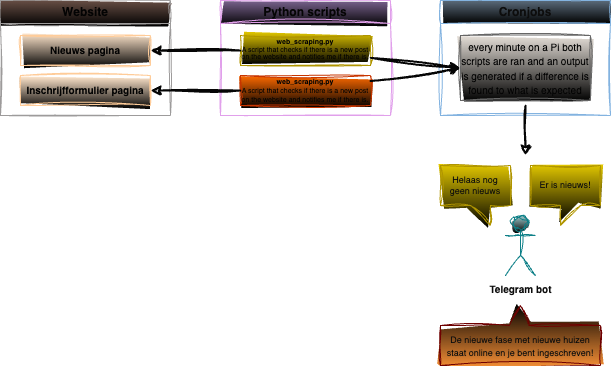
Earlier version of the draw.io export img/setup.png (Nelleke20/service.housescraper). Source tidied: cells renumbered, new cells last; positions are measured from the earlier drawing's top-left corner, leaving out a move shared by most shapes. Source of this version:
```xml
<mxGraphModel background="#ffffff">
  <root>
    <mxCell id="0" />
    <mxCell id="1" parent="0" />
    <mxCell id="2" value="&lt;font size=&quot;1&quot; style=&quot;&quot; color=&quot;#0d0d0d&quot;&gt;&lt;b style=&quot;&quot;&gt;Telegram bot&lt;/b&gt;&lt;/font&gt;" style="shape=umlActor;verticalLabelPosition=bottom;verticalAlign=top;html=1;fillColor=#b0e3e6;strokeColor=#0e8088;sketch=1;curveFitting=1;jiggle=2;gradientColor=default;" parent="1" vertex="1">
      <mxGeometry x="505" y="215" width="30" height="60" as="geometry" />
    </mxCell>
    <mxCell id="3" value="Website" style="swimlane;whiteSpace=wrap;html=1;fontColor=#030303;fillColor=#6B5147;strokeColor=#9d9b9b;sketch=1;curveFitting=1;jiggle=2;gradientColor=default;" parent="1" vertex="1">
      <mxGeometry width="170" height="115" as="geometry" />
    </mxCell>
    <mxCell id="4" value="&lt;font style=&quot;font-size: 10px;&quot; color=&quot;#030303&quot;&gt;Nieuws pagina&lt;/font&gt;" style="rounded=0;whiteSpace=wrap;html=1;fillColor=#FFE6CC;fontStyle=1;sketch=1;curveFitting=1;jiggle=2;gradientColor=default;strokeColor=#FFCC99;" parent="3" vertex="1">
      <mxGeometry x="20" y="35" width="130" height="30" as="geometry" />
    </mxCell>
    <mxCell id="5" value="&lt;font color=&quot;#030303&quot; style=&quot;font-size: 10px;&quot;&gt;Inschrijfformulier pagina&lt;/font&gt;" style="rounded=0;whiteSpace=wrap;html=1;fillColor=#FFE6CC;fontSize=12;fontStyle=1;sketch=1;curveFitting=1;jiggle=2;gradientColor=default;strokeColor=#FFCC99;" parent="3" vertex="1">
      <mxGeometry x="20" y="75" width="130" height="30" as="geometry" />
    </mxCell>
    <mxCell id="6" value="&lt;font color=&quot;#050505&quot;&gt;Python scripts&lt;/font&gt;" style="swimlane;whiteSpace=wrap;html=1;fontColor=#ffffff;fillColor=#76608a;strokeColor=#E1A0EB;sketch=1;curveFitting=1;jiggle=2;gradientColor=default;rounded=0;" parent="1" vertex="1">
      <mxGeometry x="220" width="170" height="115" as="geometry" />
    </mxCell>
    <mxCell id="7" value="&lt;p style=&quot;line-height: 110%; font-size: 7px;&quot;&gt;&lt;font style=&quot;font-size: 7px;&quot; color=&quot;#030303&quot;&gt;&lt;b style=&quot;font-size: 7px;&quot;&gt;web_scraping.py &lt;br style=&quot;font-size: 7px;&quot;&gt;&lt;/b&gt;A script that checks if there is a new post on the website and notifies me if there is.&lt;/font&gt;&lt;/p&gt;" style="rounded=0;whiteSpace=wrap;html=1;fillColor=#e3c800;fontColor=#000000;strokeColor=#B09500;align=center;fontSize=7;spacing=2;sketch=1;curveFitting=1;jiggle=2;gradientColor=default;" parent="6" vertex="1">
      <mxGeometry x="20" y="35" width="130" height="30" as="geometry" />
    </mxCell>
    <mxCell id="8" value="&lt;p style=&quot;line-height: 56%;&quot;&gt;&lt;font style=&quot;font-size: 7px;&quot;&gt;&lt;b style=&quot;color: rgb(3, 3, 3);&quot;&gt;web_scraping.py&lt;br&gt;&lt;/b&gt;&lt;span style=&quot;color: rgb(3, 3, 3);&quot;&gt;A script that checks if there is a new post on the website and notifies me if there is.&lt;/span&gt;&lt;/font&gt;&lt;br&gt;&lt;/p&gt;" style="rounded=0;whiteSpace=wrap;html=1;fillColor=#fa6800;fontColor=#000000;strokeColor=#C73500;sketch=1;curveFitting=1;jiggle=2;gradientColor=default;" parent="6" vertex="1">
      <mxGeometry x="20" y="75" width="130" height="30" as="geometry" />
    </mxCell>
    <mxCell id="9" value="&lt;font color=&quot;#0d0d0d&quot;&gt;Cronjobs&lt;/font&gt;" style="swimlane;whiteSpace=wrap;html=1;fontColor=#ffffff;fillColor=#647687;strokeColor=#83B3E0;sketch=1;curveFitting=1;jiggle=2;gradientColor=default;" parent="1" vertex="1">
      <mxGeometry x="440" width="170" height="115" as="geometry" />
    </mxCell>
    <mxCell id="10" value="&lt;font size=&quot;1&quot; color=&quot;#030303&quot;&gt;&lt;span style=&quot;&quot;&gt;every minute on a Pi both scripts are ran and an output is generated if a difference is found to what is expected&lt;/span&gt;&lt;/font&gt;" style="rounded=0;whiteSpace=wrap;html=1;fillColor=#E3DDD6;strokeColor=#666666;fontStyle=0;sketch=1;curveFitting=1;jiggle=2;gradientColor=default;" parent="9" vertex="1">
      <mxGeometry x="20" y="35" width="130" height="65" as="geometry" />
    </mxCell>
    <mxCell id="11" style="edgeStyle=none;html=1;entryX=1;entryY=0.5;entryDx=0;entryDy=0;strokeColor=#050505;strokeWidth=2;fontSize=10;fontColor=#5498F0;fillColor=#6d8764;sketch=1;curveFitting=1;jiggle=2;" parent="1" edge="1" source="7" target="4">
      <mxGeometry relative="1" as="geometry" />
    </mxCell>
    <mxCell id="12" style="edgeStyle=none;html=1;entryX=1;entryY=0.5;entryDx=0;entryDy=0;strokeColor=#050505;strokeWidth=2;fontSize=10;fontColor=#5498F0;fillColor=#6d8764;sketch=1;curveFitting=1;jiggle=2;" parent="1" edge="1" source="8" target="5">
      <mxGeometry relative="1" as="geometry" />
    </mxCell>
    <mxCell id="13" style="edgeStyle=none;html=1;strokeColor=#050505;strokeWidth=2;fontSize=10;fontColor=#5498F0;fillColor=#6d8764;sketch=1;curveFitting=1;jiggle=2;" parent="1" edge="1">
      <mxGeometry relative="1" as="geometry">
        <mxPoint x="525" y="105" as="sourcePoint" />
        <mxPoint x="525" y="155" as="targetPoint" />
      </mxGeometry>
    </mxCell>
    <mxCell id="14" value="&lt;font color=&quot;#0c0d0d&quot; style=&quot;font-size: 9px;&quot;&gt;Helaas nog geen nieuws&lt;/font&gt;" style="shape=callout;whiteSpace=wrap;html=1;perimeter=calloutPerimeter;fontSize=9;fontColor=#000000;fillColor=#e3c800;position2=0.71;size=20;position=0.43;strokeColor=#B09500;sketch=1;curveFitting=1;jiggle=2;gradientColor=default;" parent="1" vertex="1">
      <mxGeometry x="440" y="165" width="70" height="60" as="geometry" />
    </mxCell>
    <mxCell id="15" value="&lt;font color=&quot;#0c0d0d&quot; style=&quot;font-size: 9px;&quot;&gt;Er is nieuws!&lt;/font&gt;" style="shape=callout;whiteSpace=wrap;html=1;perimeter=calloutPerimeter;fontSize=9;fontColor=#000000;fillColor=#e3c800;position2=0.43;size=20;position=0.43;strokeColor=#B09500;sketch=1;curveFitting=1;jiggle=2;gradientColor=default;" parent="1" vertex="1">
      <mxGeometry x="530" y="165" width="70" height="60" as="geometry" />
    </mxCell>
    <mxCell id="16" style="edgeStyle=none;html=1;strokeColor=#050505;strokeWidth=2;fontSize=10;fontColor=#0c0d0d;fillColor=#6d8764;entryX=0;entryY=0.5;entryDx=0;entryDy=0;sketch=1;curveFitting=1;jiggle=2;" parent="1" edge="1" source="7" target="10">
      <mxGeometry relative="1" as="geometry" />
    </mxCell>
    <mxCell id="17" style="edgeStyle=none;shape=connector;rounded=1;html=1;entryX=0;entryY=0.5;entryDx=0;entryDy=0;labelBackgroundColor=default;strokeColor=#050505;strokeWidth=2;fontFamily=Helvetica;fontSize=10;fontColor=#0c0d0d;endArrow=classic;fillColor=#6d8764;sketch=1;curveFitting=1;jiggle=2;" parent="1" edge="1" source="8" target="10">
      <mxGeometry relative="1" as="geometry" />
    </mxCell>
    <mxCell id="18" value="&lt;font style=&quot;font-size: 9px;&quot; color=&quot;#0c0d0d&quot;&gt;De nieuwe fase met nieuwe huizen staat online en je bent ingeschreven!&lt;/font&gt;" style="shape=callout;whiteSpace=wrap;html=1;perimeter=calloutPerimeter;fontSize=10;fontColor=#ffffff;fillColor=#FA9237;position2=0.5;size=20;position=0.43;strokeColor=#6F0000;direction=west;flipH=1;sketch=1;curveFitting=1;jiggle=2;gradientColor=default;" parent="1" vertex="1">
      <mxGeometry x="440" y="305" width="160" height="60" as="geometry" />
    </mxCell>
  </root>
</mxGraphModel>
```
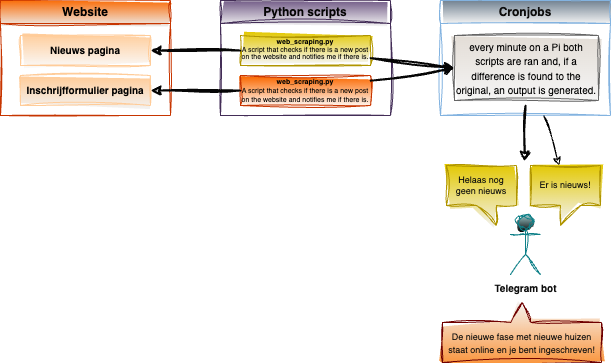
Above is the later version.

Commit message:
fix(drawio): put in right place

Change to the diagram source:
```diff
@@ -3,31 +3,34 @@
     <mxCell id="0" />
     <mxCell id="1" parent="0" />
     <mxCell id="2" value="&lt;font size=&quot;1&quot; style=&quot;&quot; color=&quot;#0d0d0d&quot;&gt;&lt;b style=&quot;&quot;&gt;Telegram bot&lt;/b&gt;&lt;/font&gt;" style="shape=umlActor;verticalLabelPosition=bottom;verticalAlign=top;html=1;fillColor=#b0e3e6;strokeColor=#0e8088;sketch=1;curveFitting=1;jiggle=2;gradientColor=default;" parent="1" vertex="1">
-      <mxGeometry x="505" y="215" width="30" height="60" as="geometry" />
+      <mxGeometry x="510" y="214" width="30" height="60" as="geometry" />
     </mxCell>
-    <mxCell id="3" value="Website" style="swimlane;whiteSpace=wrap;html=1;fontColor=#030303;fillColor=#6B5147;strokeColor=#9d9b9b;sketch=1;curveFitting=1;jiggle=2;gradientColor=default;" parent="1" vertex="1">
+    <mxCell id="3" value="Website" style="swimlane;whiteSpace=wrap;html=1;fillColor=#fa6800;strokeColor=#C73500;sketch=1;curveFitting=1;jiggle=2;gradientDirection=south;swimlaneFillColor=none;fontColor=#000000;gradientColor=#EDEDED;" parent="1" vertex="1">
       <mxGeometry width="170" height="115" as="geometry" />
     </mxCell>
-    <mxCell id="4" value="&lt;font style=&quot;font-size: 10px;&quot; color=&quot;#030303&quot;&gt;Nieuws pagina&lt;/font&gt;" style="rounded=0;whiteSpace=wrap;html=1;fillColor=#FFE6CC;fontStyle=1;sketch=1;curveFitting=1;jiggle=2;gradientColor=default;strokeColor=#FFCC99;" parent="3" vertex="1">
+    <mxCell id="4" value="&lt;font style=&quot;font-size: 10px;&quot; color=&quot;#030303&quot;&gt;Nieuws pagina&lt;/font&gt;" style="rounded=0;whiteSpace=wrap;html=1;fillColor=#FFCC99;fontStyle=1;sketch=1;curveFitting=1;jiggle=2;gradientColor=#FAFAFA;strokeColor=#FFCC99;" parent="3" vertex="1">
       <mxGeometry x="20" y="35" width="130" height="30" as="geometry" />
     </mxCell>
-    <mxCell id="5" value="&lt;font color=&quot;#030303&quot; style=&quot;font-size: 10px;&quot;&gt;Inschrijfformulier pagina&lt;/font&gt;" style="rounded=0;whiteSpace=wrap;html=1;fillColor=#FFE6CC;fontSize=12;fontStyle=1;sketch=1;curveFitting=1;jiggle=2;gradientColor=default;strokeColor=#FFCC99;" parent="3" vertex="1">
+    <mxCell id="5" value="&lt;font color=&quot;#030303&quot; style=&quot;font-size: 10px;&quot;&gt;Inschrijfformulier pagina&lt;/font&gt;" style="rounded=0;whiteSpace=wrap;html=1;fillColor=#FFCC99;fontSize=12;fontStyle=1;sketch=1;curveFitting=1;jiggle=2;gradientColor=#F2F2F2;strokeColor=#FFCC99;" parent="3" vertex="1">
       <mxGeometry x="20" y="75" width="130" height="30" as="geometry" />
     </mxCell>
-    <mxCell id="6" value="&lt;font color=&quot;#050505&quot;&gt;Python scripts&lt;/font&gt;" style="swimlane;whiteSpace=wrap;html=1;fontColor=#ffffff;fillColor=#76608a;strokeColor=#E1A0EB;sketch=1;curveFitting=1;jiggle=2;gradientColor=default;rounded=0;" parent="1" vertex="1">
+    <mxCell id="6" value="&lt;font color=&quot;#050505&quot;&gt;Python scripts&lt;/font&gt;" style="swimlane;whiteSpace=wrap;html=1;fontColor=#ffffff;fillColor=#76608a;strokeColor=#432D57;sketch=1;curveFitting=1;jiggle=2;rounded=0;gradientColor=#F5F5F5;" parent="1" vertex="1">
       <mxGeometry x="220" width="170" height="115" as="geometry" />
     </mxCell>
-    <mxCell id="7" value="&lt;p style=&quot;line-height: 110%; font-size: 7px;&quot;&gt;&lt;font style=&quot;font-size: 7px;&quot; color=&quot;#030303&quot;&gt;&lt;b style=&quot;font-size: 7px;&quot;&gt;web_scraping.py &lt;br style=&quot;font-size: 7px;&quot;&gt;&lt;/b&gt;A script that checks if there is a new post on the website and notifies me if there is.&lt;/font&gt;&lt;/p&gt;" style="rounded=0;whiteSpace=wrap;html=1;fillColor=#e3c800;fontColor=#000000;strokeColor=#B09500;align=center;fontSize=7;spacing=2;sketch=1;curveFitting=1;jiggle=2;gradientColor=default;" parent="6" vertex="1">
+    <mxCell id="7" value="&lt;p style=&quot;line-height: 110%; font-size: 7px;&quot;&gt;&lt;font style=&quot;font-size: 7px;&quot; color=&quot;#030303&quot;&gt;&lt;b style=&quot;font-size: 7px;&quot;&gt;web_scraping.py &lt;br style=&quot;font-size: 7px;&quot;&gt;&lt;/b&gt;A script that checks if there is a new post on the website and notifies me if there is.&lt;/font&gt;&lt;/p&gt;" style="rounded=0;whiteSpace=wrap;html=1;fillColor=#e3c800;fontColor=#000000;strokeColor=#B09500;align=center;fontSize=7;spacing=2;sketch=1;curveFitting=1;jiggle=2;gradientColor=#F5F5F5;" parent="6" vertex="1">
       <mxGeometry x="20" y="35" width="130" height="30" as="geometry" />
     </mxCell>
-    <mxCell id="8" value="&lt;p style=&quot;line-height: 56%;&quot;&gt;&lt;font style=&quot;font-size: 7px;&quot;&gt;&lt;b style=&quot;color: rgb(3, 3, 3);&quot;&gt;web_scraping.py&lt;br&gt;&lt;/b&gt;&lt;span style=&quot;color: rgb(3, 3, 3);&quot;&gt;A script that checks if there is a new post on the website and notifies me if there is.&lt;/span&gt;&lt;/font&gt;&lt;br&gt;&lt;/p&gt;" style="rounded=0;whiteSpace=wrap;html=1;fillColor=#fa6800;fontColor=#000000;strokeColor=#C73500;sketch=1;curveFitting=1;jiggle=2;gradientColor=default;" parent="6" vertex="1">
+    <mxCell id="8" value="&lt;p style=&quot;line-height: 56%;&quot;&gt;&lt;font style=&quot;font-size: 7px;&quot;&gt;&lt;b style=&quot;color: rgb(3, 3, 3);&quot;&gt;web_scraping.py&lt;br&gt;&lt;/b&gt;&lt;span style=&quot;color: rgb(3, 3, 3);&quot;&gt;A script that checks if there is a new post on the website and notifies me if there is.&lt;/span&gt;&lt;/font&gt;&lt;br&gt;&lt;/p&gt;" style="rounded=0;whiteSpace=wrap;html=1;fillColor=#fa6800;fontColor=#000000;strokeColor=#C73500;sketch=1;curveFitting=1;jiggle=2;gradientColor=#FFFFFF;" parent="6" vertex="1">
       <mxGeometry x="20" y="75" width="130" height="30" as="geometry" />
     </mxCell>
+    <mxCell id="19" style="edgeStyle=none;sketch=1;hachureGap=4;jiggle=2;curveFitting=1;html=1;fontFamily=Architects Daughter;fontSource=https%3A%2F%2Ffonts.googleapis.com%2Fcss%3Ffamily%3DArchitects%2BDaughter;fontSize=16;" parent="1" edge="1" source="9" target="15">
+      <mxGeometry relative="1" as="geometry" />
+    </mxCell>
-    <mxCell id="9" value="&lt;font color=&quot;#0d0d0d&quot;&gt;Cronjobs&lt;/font&gt;" style="swimlane;whiteSpace=wrap;html=1;fontColor=#ffffff;fillColor=#647687;strokeColor=#83B3E0;sketch=1;curveFitting=1;jiggle=2;gradientColor=default;" parent="1" vertex="1">
+    <mxCell id="9" value="&lt;font color=&quot;#0d0d0d&quot;&gt;Cronjobs&lt;/font&gt;" style="swimlane;whiteSpace=wrap;html=1;fontColor=#ffffff;fillColor=#647687;strokeColor=#83B3E0;sketch=1;curveFitting=1;jiggle=2;gradientColor=#F5F5F5;" parent="1" vertex="1">
       <mxGeometry x="440" width="170" height="115" as="geometry" />
     </mxCell>
-    <mxCell id="10" value="&lt;font size=&quot;1&quot; color=&quot;#030303&quot;&gt;&lt;span style=&quot;&quot;&gt;every minute on a Pi both scripts are ran and an output is generated if a difference is found to what is expected&lt;/span&gt;&lt;/font&gt;" style="rounded=0;whiteSpace=wrap;html=1;fillColor=#E3DDD6;strokeColor=#666666;fontStyle=0;sketch=1;curveFitting=1;jiggle=2;gradientColor=default;" parent="9" vertex="1">
-      <mxGeometry x="20" y="35" width="130" height="65" as="geometry" />
+    <mxCell id="10" value="&lt;font size=&quot;1&quot; color=&quot;#030303&quot;&gt;&lt;span style=&quot;&quot;&gt;every minute on a Pi both scripts are ran and, if a difference is found to the original, an output is generated.&lt;/span&gt;&lt;/font&gt;" style="rounded=0;whiteSpace=wrap;html=1;fillColor=#E3DDD6;strokeColor=#666666;fontStyle=0;sketch=1;curveFitting=1;jiggle=2;gradientColor=#F5F5F5;" parent="9" vertex="1">
+      <mxGeometry x="14" y="35" width="144" height="65" as="geometry" />
     </mxCell>
     <mxCell id="11" style="edgeStyle=none;html=1;entryX=1;entryY=0.5;entryDx=0;entryDy=0;strokeColor=#050505;strokeWidth=2;fontSize=10;fontColor=#5498F0;fillColor=#6d8764;sketch=1;curveFitting=1;jiggle=2;" parent="1" edge="1" source="7" target="4">
       <mxGeometry relative="1" as="geometry" />
@@ -38,13 +41,13 @@
     <mxCell id="13" style="edgeStyle=none;html=1;strokeColor=#050505;strokeWidth=2;fontSize=10;fontColor=#5498F0;fillColor=#6d8764;sketch=1;curveFitting=1;jiggle=2;" parent="1" edge="1">
       <mxGeometry relative="1" as="geometry">
         <mxPoint x="525" y="105" as="sourcePoint" />
-        <mxPoint x="525" y="155" as="targetPoint" />
+        <mxPoint x="524" y="161" as="targetPoint" />
       </mxGeometry>
     </mxCell>
-    <mxCell id="14" value="&lt;font color=&quot;#0c0d0d&quot; style=&quot;font-size: 9px;&quot;&gt;Helaas nog geen nieuws&lt;/font&gt;" style="shape=callout;whiteSpace=wrap;html=1;perimeter=calloutPerimeter;fontSize=9;fontColor=#000000;fillColor=#e3c800;position2=0.71;size=20;position=0.43;strokeColor=#B09500;sketch=1;curveFitting=1;jiggle=2;gradientColor=default;" parent="1" vertex="1">
-      <mxGeometry x="440" y="165" width="70" height="60" as="geometry" />
+    <mxCell id="14" value="&lt;font color=&quot;#0c0d0d&quot; style=&quot;font-size: 9px;&quot;&gt;Helaas nog geen nieuws&lt;/font&gt;" style="shape=callout;whiteSpace=wrap;html=1;perimeter=calloutPerimeter;fontSize=9;fontColor=#000000;fillColor=#e3c800;position2=0.71;size=20;position=0.43;strokeColor=#B09500;sketch=1;curveFitting=1;jiggle=2;gradientColor=#F2F2F2;" parent="1" vertex="1">
+      <mxGeometry x="446" y="165" width="70" height="60" as="geometry" />
     </mxCell>
-    <mxCell id="15" value="&lt;font color=&quot;#0c0d0d&quot; style=&quot;font-size: 9px;&quot;&gt;Er is nieuws!&lt;/font&gt;" style="shape=callout;whiteSpace=wrap;html=1;perimeter=calloutPerimeter;fontSize=9;fontColor=#000000;fillColor=#e3c800;position2=0.43;size=20;position=0.43;strokeColor=#B09500;sketch=1;curveFitting=1;jiggle=2;gradientColor=default;" parent="1" vertex="1">
+    <mxCell id="15" value="&lt;font color=&quot;#0c0d0d&quot; style=&quot;font-size: 9px;&quot;&gt;Er is nieuws!&lt;/font&gt;" style="shape=callout;whiteSpace=wrap;html=1;perimeter=calloutPerimeter;fontSize=9;fontColor=#000000;fillColor=#e3c800;position2=0.43;size=20;position=0.43;strokeColor=#B09500;sketch=1;curveFitting=1;jiggle=2;gradientColor=#F2F2F2;" parent="1" vertex="1">
       <mxGeometry x="530" y="165" width="70" height="60" as="geometry" />
     </mxCell>
     <mxCell id="16" style="edgeStyle=none;html=1;strokeColor=#050505;strokeWidth=2;fontSize=10;fontColor=#0c0d0d;fillColor=#6d8764;entryX=0;entryY=0.5;entryDx=0;entryDy=0;sketch=1;curveFitting=1;jiggle=2;" parent="1" edge="1" source="7" target="10">
@@ -53,8 +56,8 @@
     <mxCell id="17" style="edgeStyle=none;shape=connector;rounded=1;html=1;entryX=0;entryY=0.5;entryDx=0;entryDy=0;labelBackgroundColor=default;strokeColor=#050505;strokeWidth=2;fontFamily=Helvetica;fontSize=10;fontColor=#0c0d0d;endArrow=classic;fillColor=#6d8764;sketch=1;curveFitting=1;jiggle=2;" parent="1" edge="1" source="8" target="10">
       <mxGeometry relative="1" as="geometry" />
     </mxCell>
-    <mxCell id="18" value="&lt;font style=&quot;font-size: 9px;&quot; color=&quot;#0c0d0d&quot;&gt;De nieuwe fase met nieuwe huizen staat online en je bent ingeschreven!&lt;/font&gt;" style="shape=callout;whiteSpace=wrap;html=1;perimeter=calloutPerimeter;fontSize=10;fontColor=#ffffff;fillColor=#FA9237;position2=0.5;size=20;position=0.43;strokeColor=#6F0000;direction=west;flipH=1;sketch=1;curveFitting=1;jiggle=2;gradientColor=default;" parent="1" vertex="1">
-      <mxGeometry x="440" y="305" width="160" height="60" as="geometry" />
+    <mxCell id="18" value="&lt;font style=&quot;font-size: 9px;&quot; color=&quot;#0c0d0d&quot;&gt;De nieuwe fase met nieuwe huizen staat online en je bent ingeschreven!&lt;/font&gt;" style="shape=callout;whiteSpace=wrap;html=1;perimeter=calloutPerimeter;fontSize=10;fontColor=#ffffff;fillColor=#FA9237;position2=0.5;size=20;position=0.43;strokeColor=#6F0000;direction=west;flipH=1;sketch=1;curveFitting=1;jiggle=2;gradientColor=#F5F5F5;" parent="1" vertex="1">
+      <mxGeometry x="442" y="302" width="159" height="60" as="geometry" />
     </mxCell>
   </root>
 </mxGraphModel>
```
